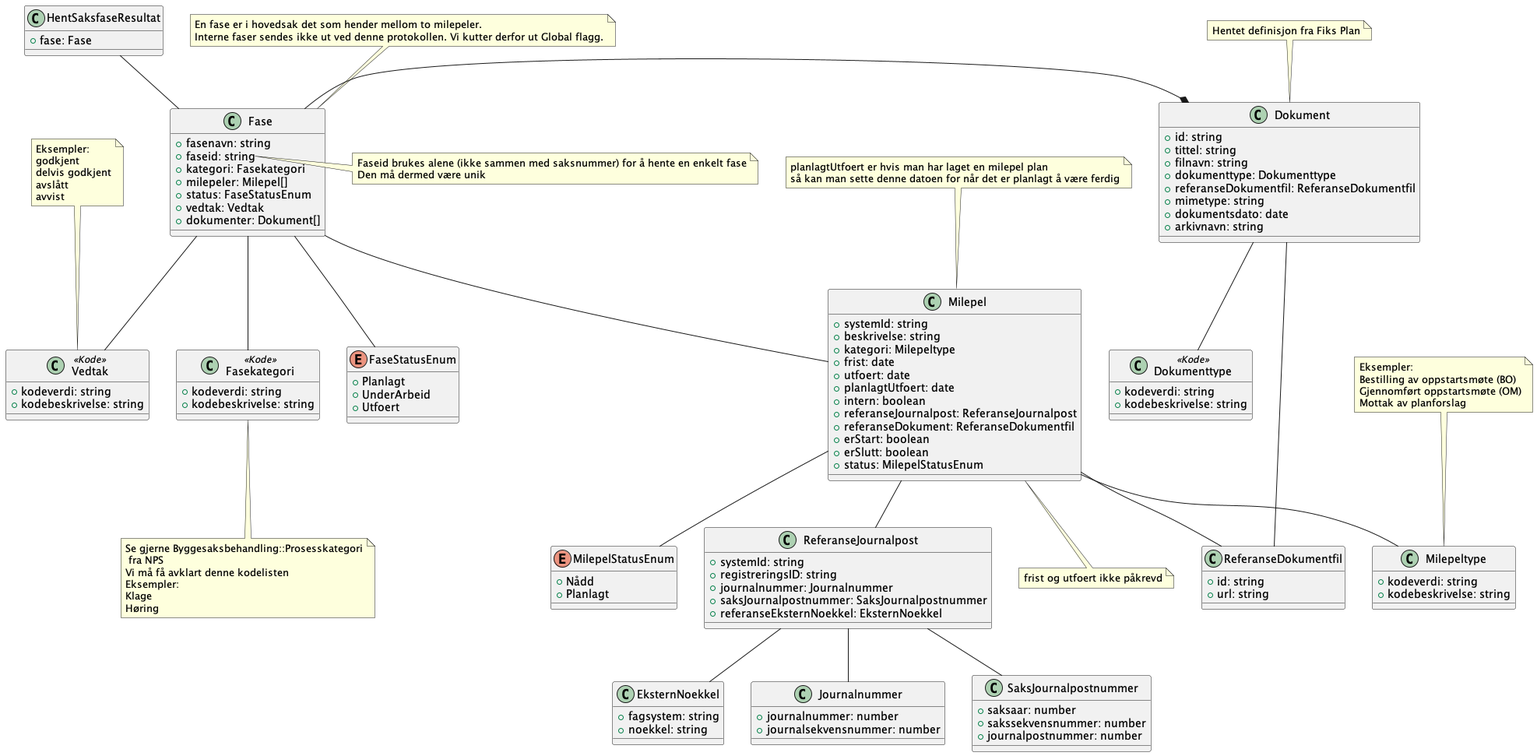
Before: Dokumentasjon/V1/ClassDiagrams/no.ks.fiks.saksfaser.v1.saksfase.hent.resultat/classdiagram.png, a diagram exported from PlantUML (ks-no/fiks-saksfaser-specification).
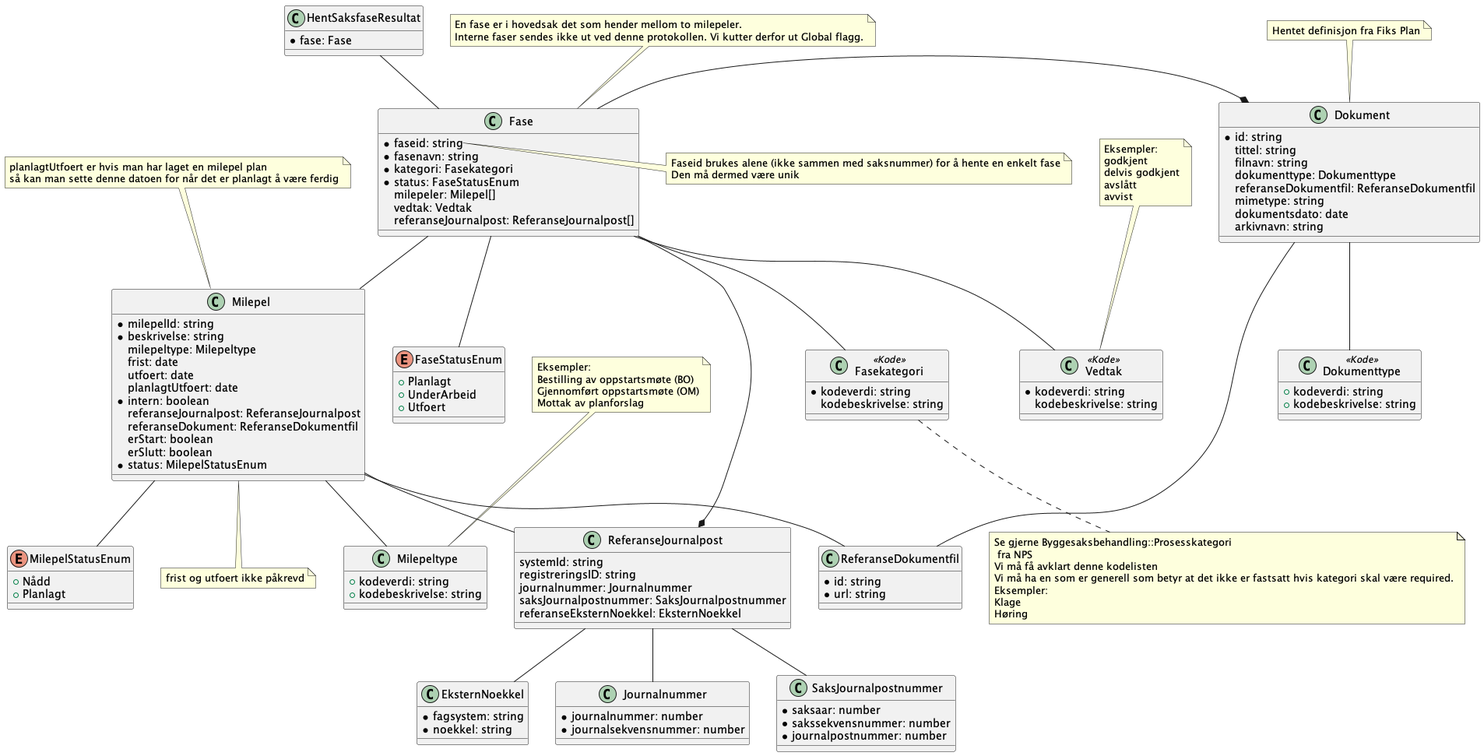
Later version of the same file.

Change to the diagram source:
```diff
@@ -4,7 +4,7 @@
 !include ./../no.ks.fiks.saksfaser.v1.felles.milepel/classdiagram.pu
 
 class HentSaksfaseResultat {
-    +fase: Fase
+    *fase: Fase
 }
 
 HentSaksfaseResultat -- Fase
```
